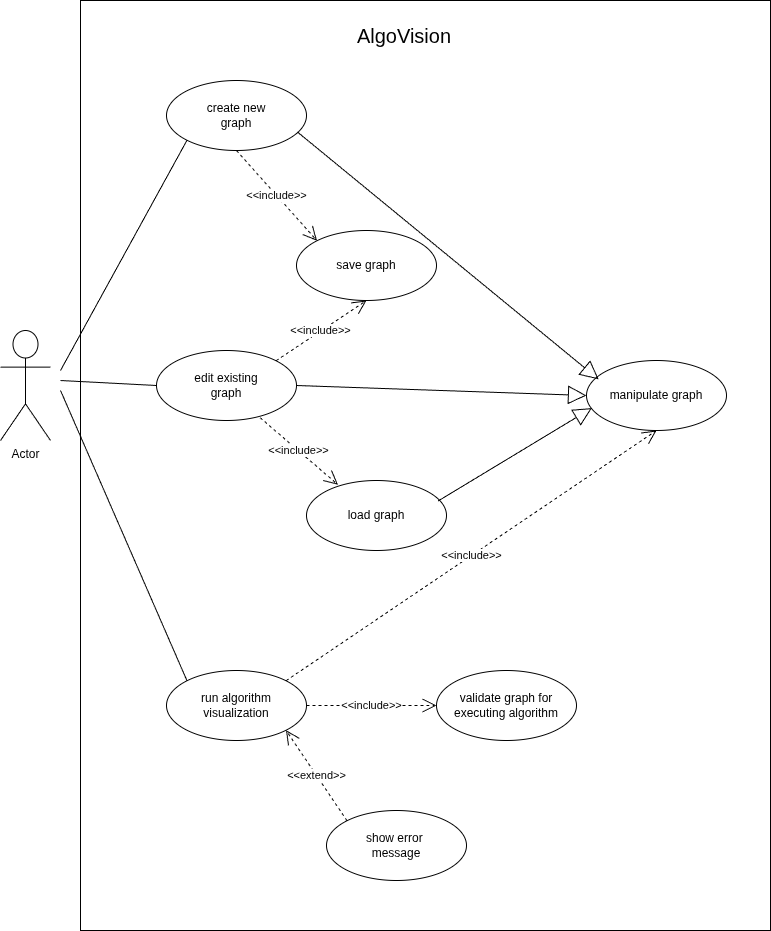
This is AlgoVision/Specification/UseCaseDiagram.png from miona7/AlgoVision, a draw.io export, as it was before one commit. Source tidied: cells renumbered, new cells last; positions are measured from the earlier drawing's top-left corner, leaving out a move shared by most shapes. The source it was exported from:
```xml
<mxGraphModel background="#ffffff">
  <root>
    <mxCell id="0" />
    <mxCell id="1" parent="0" />
    <mxCell id="2" style="rounded=0;whiteSpace=wrap;html=1;" parent="1" vertex="1">
      <mxGeometry x="80" width="690" height="930" as="geometry" />
    </mxCell>
    <mxCell id="3" value="Actor" style="shape=umlActor;verticalLabelPosition=bottom;verticalAlign=top;html=1;" parent="1" vertex="1">
      <mxGeometry y="330" width="50" height="110" as="geometry" />
    </mxCell>
    <mxCell id="4" value="create new&lt;div&gt;graph&lt;/div&gt;" style="ellipse;whiteSpace=wrap;html=1;" parent="1" vertex="1">
      <mxGeometry x="166" y="80" width="140" height="70" as="geometry" />
    </mxCell>
    <mxCell id="5" value="edit existing&lt;div&gt;graph&lt;/div&gt;" style="ellipse;whiteSpace=wrap;html=1;" parent="1" vertex="1">
      <mxGeometry x="156" y="350" width="140" height="70" as="geometry" />
    </mxCell>
    <mxCell id="6" value="run algorithm&lt;div&gt;visualization&lt;/div&gt;" style="ellipse;whiteSpace=wrap;html=1;" parent="1" vertex="1">
      <mxGeometry x="166" y="670" width="140" height="70" as="geometry" />
    </mxCell>
    <mxCell id="7" value="manipulate graph" style="ellipse;whiteSpace=wrap;html=1;" parent="1" vertex="1">
      <mxGeometry x="586" y="360" width="140" height="70" as="geometry" />
    </mxCell>
    <mxCell id="8" value="save graph" style="ellipse;whiteSpace=wrap;html=1;" parent="1" vertex="1">
      <mxGeometry x="296" y="230" width="140" height="70" as="geometry" />
    </mxCell>
    <mxCell id="9" value="load graph" style="ellipse;whiteSpace=wrap;html=1;" parent="1" vertex="1">
      <mxGeometry x="306" y="480" width="140" height="70" as="geometry" />
    </mxCell>
    <mxCell id="10" style="endArrow=block;endSize=16;endFill=0;html=1;rounded=0;exitX=0.936;exitY=0.737;exitDx=0;exitDy=0;exitPerimeter=0;entryX=0.087;entryY=0.269;entryDx=0;entryDy=0;entryPerimeter=0;" parent="1" edge="1" source="4" target="7">
      <mxGeometry relative="1" as="geometry" />
    </mxCell>
    <mxCell id="11" style="endArrow=block;endSize=16;endFill=0;html=1;rounded=0;exitX=1;exitY=0.5;exitDx=0;exitDy=0;entryX=0;entryY=0.5;entryDx=0;entryDy=0;" parent="1" edge="1" source="5" target="7">
      <mxGeometry relative="1" as="geometry" />
    </mxCell>
    <mxCell id="12" value="&amp;lt;&amp;lt;include&amp;gt;&amp;gt;" style="endArrow=open;endSize=12;dashed=1;html=1;rounded=0;entryX=0.225;entryY=0.061;entryDx=0;entryDy=0;exitX=0.74;exitY=0.96;exitDx=0;exitDy=0;exitPerimeter=0;entryPerimeter=0;" parent="1" edge="1" source="5" target="9">
      <mxGeometry relative="1" as="geometry" />
    </mxCell>
    <mxCell id="13" value="&amp;lt;&amp;lt;include&amp;gt;&amp;gt;" style="endArrow=open;endSize=12;dashed=1;html=1;rounded=0;exitX=1;exitY=0;exitDx=0;exitDy=0;entryX=0.5;entryY=1;entryDx=0;entryDy=0;" parent="1" edge="1" source="5" target="8">
      <mxGeometry relative="1" as="geometry" />
    </mxCell>
    <mxCell id="14" value="&amp;lt;&amp;lt;include&amp;gt;&amp;gt;" style="endArrow=open;endSize=12;dashed=1;html=1;rounded=0;entryX=0.5;entryY=1;entryDx=0;entryDy=0;exitX=1;exitY=0;exitDx=0;exitDy=0;" parent="1" edge="1" source="6" target="7">
      <mxGeometry relative="1" as="geometry" />
    </mxCell>
    <mxCell id="15" style="endArrow=block;endSize=16;endFill=0;html=1;rounded=0;exitX=0.939;exitY=0.294;exitDx=0;exitDy=0;exitPerimeter=0;entryX=0.038;entryY=0.68;entryDx=0;entryDy=0;entryPerimeter=0;" parent="1" edge="1" source="9" target="7">
      <mxGeometry relative="1" as="geometry" />
    </mxCell>
    <mxCell id="16" value="&amp;lt;&amp;lt;include&amp;gt;&amp;gt;" style="endArrow=open;endSize=12;dashed=1;html=1;rounded=0;exitX=0.5;exitY=1;exitDx=0;exitDy=0;entryX=0;entryY=0;entryDx=0;entryDy=0;" parent="1" edge="1" source="4" target="8">
      <mxGeometry relative="1" as="geometry" />
    </mxCell>
    <mxCell id="17" value="validate graph for executing algorithm" style="ellipse;whiteSpace=wrap;html=1;" parent="1" vertex="1">
      <mxGeometry x="436" y="670" width="140" height="70" as="geometry" />
    </mxCell>
    <mxCell id="18" value="show error&amp;nbsp;&lt;div&gt;message&lt;/div&gt;" style="ellipse;whiteSpace=wrap;html=1;" parent="1" vertex="1">
      <mxGeometry x="326" y="810" width="140" height="70" as="geometry" />
    </mxCell>
    <mxCell id="19" value="&amp;lt;&amp;lt;include&amp;gt;&amp;gt;" style="endArrow=open;endSize=12;dashed=1;html=1;rounded=0;exitX=1;exitY=0.5;exitDx=0;exitDy=0;entryX=0;entryY=0.5;entryDx=0;entryDy=0;" parent="1" edge="1" source="6" target="17">
      <mxGeometry relative="1" as="geometry" />
    </mxCell>
    <mxCell id="20" value="&amp;lt;&amp;lt;extend&amp;gt;&amp;gt;" style="endArrow=open;endSize=12;dashed=1;html=1;rounded=0;exitX=0;exitY=0;exitDx=0;exitDy=0;entryX=1;entryY=1;entryDx=0;entryDy=0;" parent="1" edge="1" source="18" target="6">
      <mxGeometry relative="1" as="geometry" />
    </mxCell>
    <mxCell id="21" style="endArrow=none;html=1;rounded=0;entryX=0;entryY=1;entryDx=0;entryDy=0;" parent="1" edge="1" target="4">
      <mxGeometry relative="1" as="geometry">
        <mxPoint x="60" y="370" as="sourcePoint" />
      </mxGeometry>
    </mxCell>
    <mxCell id="22" style="endArrow=none;html=1;rounded=0;entryX=0;entryY=0.5;entryDx=0;entryDy=0;" parent="1" edge="1" target="5">
      <mxGeometry relative="1" as="geometry">
        <mxPoint x="60" y="380" as="sourcePoint" />
      </mxGeometry>
    </mxCell>
    <mxCell id="23" style="endArrow=none;html=1;rounded=0;entryX=0;entryY=0;entryDx=0;entryDy=0;" parent="1" edge="1" target="6">
      <mxGeometry relative="1" as="geometry">
        <mxPoint x="60" y="390" as="sourcePoint" />
      </mxGeometry>
    </mxCell>
    <mxCell id="24" value="&lt;font style=&quot;font-size: 20px;&quot;&gt;AlgoVision&lt;/font&gt;" style="text;html=1;whiteSpace=wrap;strokeColor=none;fillColor=none;align=center;verticalAlign=middle;rounded=0;" parent="1" vertex="1">
      <mxGeometry x="317" y="20" width="174" height="30" as="geometry" />
    </mxCell>
  </root>
</mxGraphModel>
```
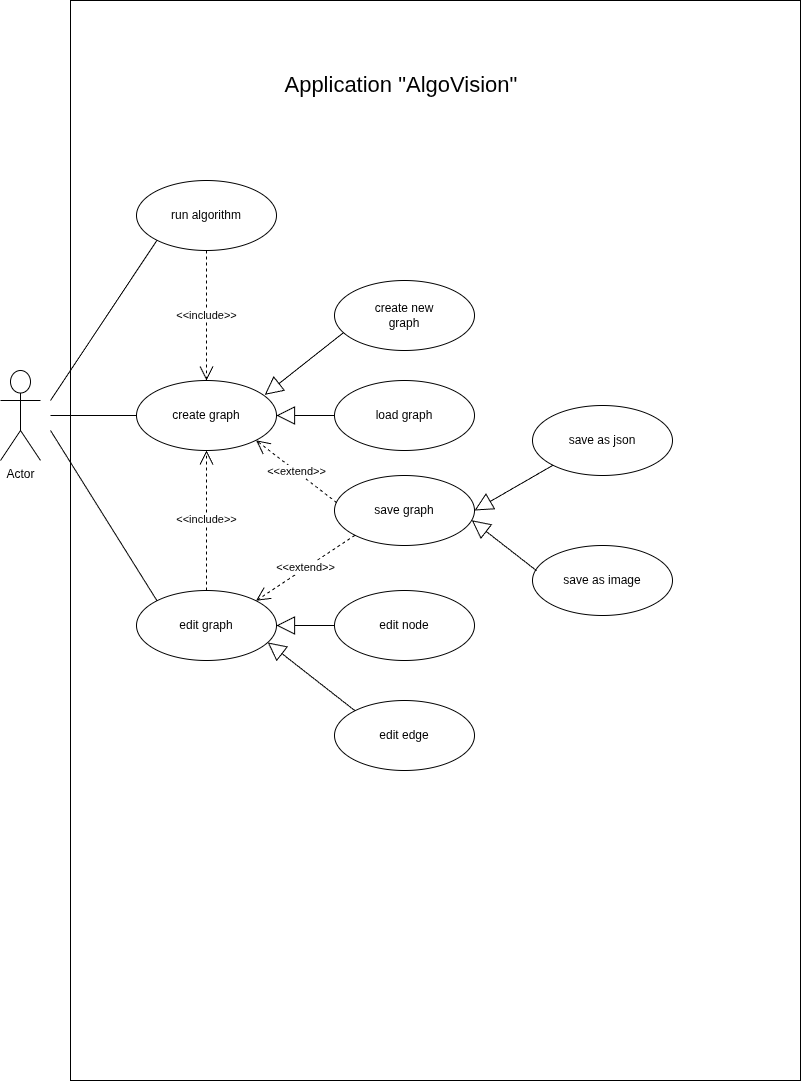
Above is the later version.

Commit message:
docs: change use case diagram, so the use cases are more obvious for doing sequence diagram

The edit, as a diff of the source:
```diff
@@ -1,81 +1,90 @@
-<mxGraphModel background="#ffffff">
+<mxGraphModel>
   <root>
     <mxCell id="0" />
     <mxCell id="1" parent="0" />
-    <mxCell id="2" style="rounded=0;whiteSpace=wrap;html=1;" parent="1" vertex="1">
-      <mxGeometry x="80" width="690" height="930" as="geometry" />
-    </mxCell>
+    <mxCell id="25" style="rounded=0;whiteSpace=wrap;html=1;" parent="1" vertex="1">
+      <mxGeometry x="70" y="-30" width="730" height="1080" as="geometry" />
+    </mxCell>
     <mxCell id="3" value="Actor" style="shape=umlActor;verticalLabelPosition=bottom;verticalAlign=top;html=1;" parent="1" vertex="1">
-      <mxGeometry y="330" width="50" height="110" as="geometry" />
+      <mxGeometry y="340" width="40" height="90" as="geometry" />
     </mxCell>
+    <mxCell id="26" value="&lt;font style=&quot;font-size: 22px;&quot;&gt;Application &quot;AlgoVision&quot;&lt;b&gt;&amp;nbsp;&lt;/b&gt;&lt;/font&gt;" style="text;html=1;whiteSpace=wrap;strokeColor=none;fillColor=none;align=center;verticalAlign=middle;rounded=0;" parent="1" vertex="1">
+      <mxGeometry x="276" y="40" width="256" height="30" as="geometry" />
+    </mxCell>
+    <mxCell id="27" value="create graph" style="ellipse;whiteSpace=wrap;html=1;" parent="1" vertex="1">
+      <mxGeometry x="136" y="350" width="140" height="70" as="geometry" />
+    </mxCell>
     <mxCell id="4" value="create new&lt;div&gt;graph&lt;/div&gt;" style="ellipse;whiteSpace=wrap;html=1;" parent="1" vertex="1">
-      <mxGeometry x="166" y="80" width="140" height="70" as="geometry" />
+      <mxGeometry x="334" y="250" width="140" height="70" as="geometry" />
     </mxCell>
-    <mxCell id="5" value="edit existing&lt;div&gt;graph&lt;/div&gt;" style="ellipse;whiteSpace=wrap;html=1;" parent="1" vertex="1">
-      <mxGeometry x="156" y="350" width="140" height="70" as="geometry" />
-    </mxCell>
-    <mxCell id="6" value="run algorithm&lt;div&gt;visualization&lt;/div&gt;" style="ellipse;whiteSpace=wrap;html=1;" parent="1" vertex="1">
-      <mxGeometry x="166" y="670" width="140" height="70" as="geometry" />
-    </mxCell>
-    <mxCell id="7" value="manipulate graph" style="ellipse;whiteSpace=wrap;html=1;" parent="1" vertex="1">
-      <mxGeometry x="586" y="360" width="140" height="70" as="geometry" />
-    </mxCell>
+    <mxCell id="9" value="load graph" style="ellipse;whiteSpace=wrap;html=1;" parent="1" vertex="1">
+      <mxGeometry x="334" y="350" width="140" height="70" as="geometry" />
+    </mxCell>
     <mxCell id="8" value="save graph" style="ellipse;whiteSpace=wrap;html=1;" parent="1" vertex="1">
-      <mxGeometry x="296" y="230" width="140" height="70" as="geometry" />
+      <mxGeometry x="334" y="445" width="140" height="70" as="geometry" />
     </mxCell>
-    <mxCell id="9" value="load graph" style="ellipse;whiteSpace=wrap;html=1;" parent="1" vertex="1">
-      <mxGeometry x="306" y="480" width="140" height="70" as="geometry" />
-    </mxCell>
-    <mxCell id="10" style="endArrow=block;endSize=16;endFill=0;html=1;rounded=0;exitX=0.936;exitY=0.737;exitDx=0;exitDy=0;exitPerimeter=0;entryX=0.087;entryY=0.269;entryDx=0;entryDy=0;entryPerimeter=0;" parent="1" edge="1" source="4" target="7">
-      <mxGeometry relative="1" as="geometry" />
-    </mxCell>
-    <mxCell id="11" style="endArrow=block;endSize=16;endFill=0;html=1;rounded=0;exitX=1;exitY=0.5;exitDx=0;exitDy=0;entryX=0;entryY=0.5;entryDx=0;entryDy=0;" parent="1" edge="1" source="5" target="7">
-      <mxGeometry relative="1" as="geometry" />
-    </mxCell>
-    <mxCell id="12" value="&amp;lt;&amp;lt;include&amp;gt;&amp;gt;" style="endArrow=open;endSize=12;dashed=1;html=1;rounded=0;entryX=0.225;entryY=0.061;entryDx=0;entryDy=0;exitX=0.74;exitY=0.96;exitDx=0;exitDy=0;exitPerimeter=0;entryPerimeter=0;" parent="1" edge="1" source="5" target="9">
-      <mxGeometry relative="1" as="geometry" />
-    </mxCell>
-    <mxCell id="13" value="&amp;lt;&amp;lt;include&amp;gt;&amp;gt;" style="endArrow=open;endSize=12;dashed=1;html=1;rounded=0;exitX=1;exitY=0;exitDx=0;exitDy=0;entryX=0.5;entryY=1;entryDx=0;entryDy=0;" parent="1" edge="1" source="5" target="8">
-      <mxGeometry relative="1" as="geometry" />
-    </mxCell>
-    <mxCell id="14" value="&amp;lt;&amp;lt;include&amp;gt;&amp;gt;" style="endArrow=open;endSize=12;dashed=1;html=1;rounded=0;entryX=0.5;entryY=1;entryDx=0;entryDy=0;exitX=1;exitY=0;exitDx=0;exitDy=0;" parent="1" edge="1" source="6" target="7">
-      <mxGeometry relative="1" as="geometry" />
-    </mxCell>
-    <mxCell id="15" style="endArrow=block;endSize=16;endFill=0;html=1;rounded=0;exitX=0.939;exitY=0.294;exitDx=0;exitDy=0;exitPerimeter=0;entryX=0.038;entryY=0.68;entryDx=0;entryDy=0;entryPerimeter=0;" parent="1" edge="1" source="9" target="7">
-      <mxGeometry relative="1" as="geometry" />
-    </mxCell>
-    <mxCell id="16" value="&amp;lt;&amp;lt;include&amp;gt;&amp;gt;" style="endArrow=open;endSize=12;dashed=1;html=1;rounded=0;exitX=0.5;exitY=1;exitDx=0;exitDy=0;entryX=0;entryY=0;entryDx=0;entryDy=0;" parent="1" edge="1" source="4" target="8">
-      <mxGeometry relative="1" as="geometry" />
-    </mxCell>
-    <mxCell id="17" value="validate graph for executing algorithm" style="ellipse;whiteSpace=wrap;html=1;" parent="1" vertex="1">
-      <mxGeometry x="436" y="670" width="140" height="70" as="geometry" />
-    </mxCell>
-    <mxCell id="18" value="show error&amp;nbsp;&lt;div&gt;message&lt;/div&gt;" style="ellipse;whiteSpace=wrap;html=1;" parent="1" vertex="1">
-      <mxGeometry x="326" y="810" width="140" height="70" as="geometry" />
-    </mxCell>
-    <mxCell id="19" value="&amp;lt;&amp;lt;include&amp;gt;&amp;gt;" style="endArrow=open;endSize=12;dashed=1;html=1;rounded=0;exitX=1;exitY=0.5;exitDx=0;exitDy=0;entryX=0;entryY=0.5;entryDx=0;entryDy=0;" parent="1" edge="1" source="6" target="17">
-      <mxGeometry relative="1" as="geometry" />
-    </mxCell>
-    <mxCell id="20" value="&amp;lt;&amp;lt;extend&amp;gt;&amp;gt;" style="endArrow=open;endSize=12;dashed=1;html=1;rounded=0;exitX=0;exitY=0;exitDx=0;exitDy=0;entryX=1;entryY=1;entryDx=0;entryDy=0;" parent="1" edge="1" source="18" target="6">
-      <mxGeometry relative="1" as="geometry" />
-    </mxCell>
-    <mxCell id="21" style="endArrow=none;html=1;rounded=0;entryX=0;entryY=1;entryDx=0;entryDy=0;" parent="1" edge="1" target="4">
-      <mxGeometry relative="1" as="geometry">
-        <mxPoint x="60" y="370" as="sourcePoint" />
-      </mxGeometry>
-    </mxCell>
-    <mxCell id="22" style="endArrow=none;html=1;rounded=0;entryX=0;entryY=0.5;entryDx=0;entryDy=0;" parent="1" edge="1" target="5">
-      <mxGeometry relative="1" as="geometry">
-        <mxPoint x="60" y="380" as="sourcePoint" />
-      </mxGeometry>
-    </mxCell>
-    <mxCell id="23" style="endArrow=none;html=1;rounded=0;entryX=0;entryY=0;entryDx=0;entryDy=0;" parent="1" edge="1" target="6">
-      <mxGeometry relative="1" as="geometry">
-        <mxPoint x="60" y="390" as="sourcePoint" />
-      </mxGeometry>
-    </mxCell>
-    <mxCell id="24" value="&lt;font style=&quot;font-size: 20px;&quot;&gt;AlgoVision&lt;/font&gt;" style="text;html=1;whiteSpace=wrap;strokeColor=none;fillColor=none;align=center;verticalAlign=middle;rounded=0;" parent="1" vertex="1">
-      <mxGeometry x="317" y="20" width="174" height="30" as="geometry" />
-    </mxCell>
+    <mxCell id="28" value="save as json" style="ellipse;whiteSpace=wrap;html=1;" parent="1" vertex="1">
+      <mxGeometry x="532" y="375" width="140" height="70" as="geometry" />
+    </mxCell>
+    <mxCell id="29" value="save as image" style="ellipse;whiteSpace=wrap;html=1;" parent="1" vertex="1">
+      <mxGeometry x="532" y="515" width="140" height="70" as="geometry" />
+    </mxCell>
+    <mxCell id="30" value="edit graph" style="ellipse;whiteSpace=wrap;html=1;" parent="1" vertex="1">
+      <mxGeometry x="136" y="560" width="140" height="70" as="geometry" />
+    </mxCell>
+    <mxCell id="31" value="edit node" style="ellipse;whiteSpace=wrap;html=1;" parent="1" vertex="1">
+      <mxGeometry x="334" y="560" width="140" height="70" as="geometry" />
+    </mxCell>
+    <mxCell id="32" value="edit edge" style="ellipse;whiteSpace=wrap;html=1;" parent="1" vertex="1">
+      <mxGeometry x="334" y="670" width="140" height="70" as="geometry" />
+    </mxCell>
+    <mxCell id="33" value="run algorithm" style="ellipse;whiteSpace=wrap;html=1;" parent="1" vertex="1">
+      <mxGeometry x="136" y="150" width="140" height="70" as="geometry" />
+    </mxCell>
+    <mxCell id="34" value="&amp;lt;&amp;lt;include&amp;gt;&amp;gt;" style="endArrow=open;endSize=12;dashed=1;html=1;rounded=0;exitX=0.5;exitY=0;exitDx=0;exitDy=0;entryX=0.5;entryY=1;entryDx=0;entryDy=0;" parent="1" edge="1" source="30" target="27">
+      <mxGeometry relative="1" as="geometry" />
+    </mxCell>
+    <mxCell id="35" value="&amp;lt;&amp;lt;include&amp;gt;&amp;gt;" style="endArrow=open;endSize=12;dashed=1;html=1;rounded=0;exitX=0.5;exitY=1;exitDx=0;exitDy=0;entryX=0.5;entryY=0;entryDx=0;entryDy=0;" parent="1" edge="1" source="33" target="27">
+      <mxGeometry relative="1" as="geometry" />
+    </mxCell>
+    <mxCell id="36" style="endArrow=block;endSize=16;endFill=0;html=1;rounded=0;entryX=1;entryY=0.5;entryDx=0;entryDy=0;exitX=0;exitY=1;exitDx=0;exitDy=0;" parent="1" edge="1" source="28" target="8">
+      <mxGeometry relative="1" as="geometry" />
+    </mxCell>
+    <mxCell id="37" style="endArrow=block;endSize=16;endFill=0;html=1;rounded=0;exitX=0.029;exitY=0.36;exitDx=0;exitDy=0;entryX=0.981;entryY=0.64;entryDx=0;entryDy=0;entryPerimeter=0;exitPerimeter=0;" parent="1" edge="1" source="29" target="8">
+      <mxGeometry relative="1" as="geometry" />
+    </mxCell>
+    <mxCell id="38" value="&amp;lt;&amp;lt;extend&amp;gt;&amp;gt;" style="endArrow=open;endSize=12;dashed=1;html=1;rounded=0;exitX=0.016;exitY=0.388;exitDx=0;exitDy=0;exitPerimeter=0;entryX=1;entryY=1;entryDx=0;entryDy=0;" parent="1" edge="1" source="8" target="27">
+      <mxGeometry relative="1" as="geometry" />
+    </mxCell>
+    <mxCell id="39" value="&amp;lt;&amp;lt;extend&amp;gt;&amp;gt;" style="endArrow=open;endSize=12;dashed=1;html=1;rounded=0;exitX=0;exitY=1;exitDx=0;exitDy=0;entryX=1;entryY=0;entryDx=0;entryDy=0;" parent="1" edge="1" source="8" target="30">
+      <mxGeometry relative="1" as="geometry" />
+    </mxCell>
+    <mxCell id="40" style="endArrow=block;endSize=16;endFill=0;html=1;rounded=0;exitX=0;exitY=0.5;exitDx=0;exitDy=0;entryX=1;entryY=0.5;entryDx=0;entryDy=0;" parent="1" edge="1" source="31" target="30">
+      <mxGeometry relative="1" as="geometry" />
+    </mxCell>
+    <mxCell id="41" style="endArrow=block;endSize=16;endFill=0;html=1;rounded=0;exitX=0;exitY=0;exitDx=0;exitDy=0;entryX=0.937;entryY=0.742;entryDx=0;entryDy=0;entryPerimeter=0;" parent="1" edge="1" source="32" target="30">
+      <mxGeometry relative="1" as="geometry" />
+    </mxCell>
+    <mxCell id="42" style="endArrow=block;endSize=16;endFill=0;html=1;rounded=0;entryX=1;entryY=0.5;entryDx=0;entryDy=0;exitX=0;exitY=0.5;exitDx=0;exitDy=0;" parent="1" edge="1" source="9" target="27">
+      <mxGeometry relative="1" as="geometry" />
+    </mxCell>
+    <mxCell id="43" style="endArrow=block;endSize=16;endFill=0;html=1;rounded=0;exitX=0.065;exitY=0.744;exitDx=0;exitDy=0;exitPerimeter=0;entryX=0.916;entryY=0.205;entryDx=0;entryDy=0;entryPerimeter=0;" parent="1" edge="1" source="4" target="27">
+      <mxGeometry relative="1" as="geometry" />
+    </mxCell>
+    <mxCell id="44" style="endArrow=none;html=1;rounded=0;entryX=0;entryY=1;entryDx=0;entryDy=0;" parent="1" edge="1" target="33">
+      <mxGeometry relative="1" as="geometry">
+        <mxPoint x="50" y="370" as="sourcePoint" />
+      </mxGeometry>
+    </mxCell>
+    <mxCell id="45" style="endArrow=none;html=1;rounded=0;entryX=0;entryY=0.5;entryDx=0;entryDy=0;" parent="1" edge="1" target="27">
+      <mxGeometry relative="1" as="geometry">
+        <mxPoint x="50" y="385" as="sourcePoint" />
+      </mxGeometry>
+    </mxCell>
+    <mxCell id="46" style="endArrow=none;html=1;rounded=0;entryX=0;entryY=0;entryDx=0;entryDy=0;" parent="1" edge="1" target="30">
+      <mxGeometry relative="1" as="geometry">
+        <mxPoint x="50" y="400" as="sourcePoint" />
+      </mxGeometry>
+    </mxCell>
   </root>
 </mxGraphModel>
```
